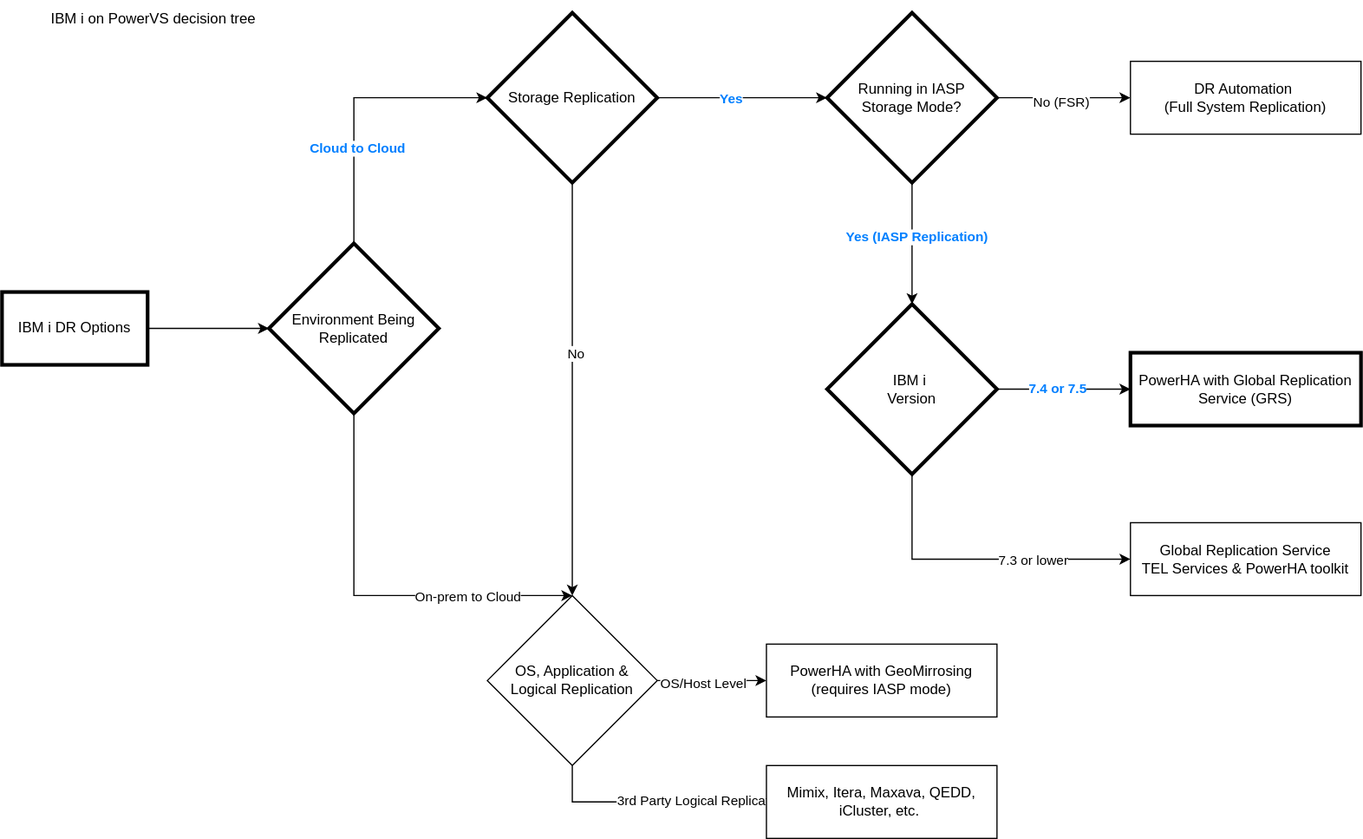
Above: images/phagrsdtree.svg in ibm-cloud-docs/pattern-resiliency-powerha-grs (draw.io), before the change. Source tidied: cells renumbered, new cells last; positions are measured from the earlier drawing's top-left corner, leaving out a move shared by most shapes.
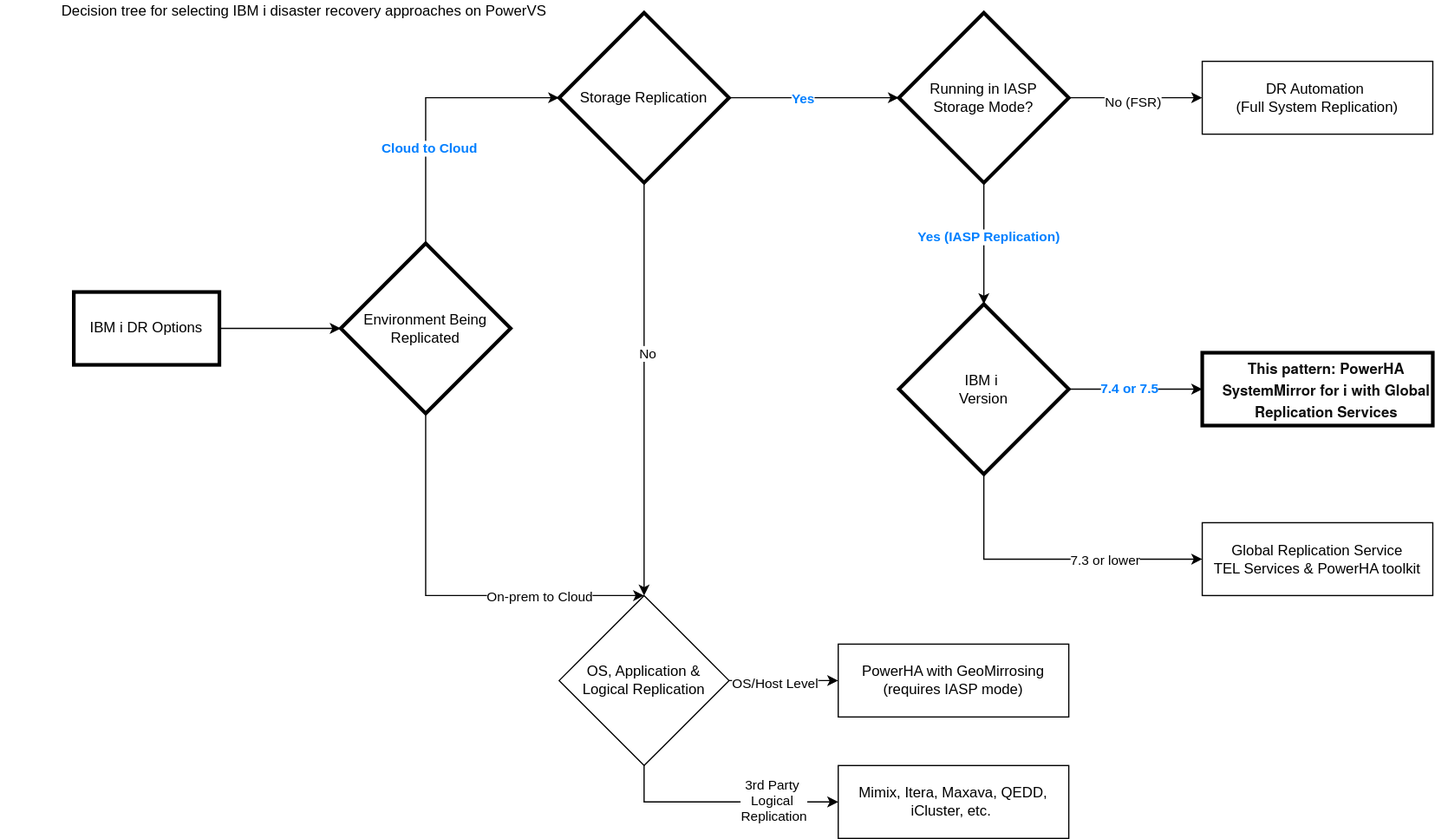
Later version of the same file.

Change to the diagram source:
```diff
@@ -60,7 +60,7 @@
         </Array>
       </mxGeometry>
     </mxCell>
-    <mxCell id="17" value="3rd Party Logical Replication" style="edgeLabel;html=1;align=center;verticalAlign=middle;" parent="16" vertex="1">
+    <mxCell id="17" value="3rd Party&amp;nbsp;&lt;div&gt;Logical&amp;nbsp;&lt;/div&gt;&lt;div&gt;Replication&lt;/div&gt;" style="edgeLabel;html=1;align=center;verticalAlign=middle;" parent="16" vertex="1">
       <mxGeometry x="0.43" y="2" relative="1" as="geometry" />
     </mxCell>
     <mxCell id="18" value="OS, Application &amp;amp;&lt;div&gt;Logical Replication&lt;/div&gt;" style="rhombus;whiteSpace=wrap;html=1;" parent="1" vertex="1">
@@ -103,7 +103,7 @@
     <mxCell id="29" value="DR Automation&amp;nbsp;&lt;div&gt;(Full System Replication)&lt;/div&gt;" style="rounded=0;whiteSpace=wrap;html=1;" parent="1" vertex="1">
       <mxGeometry x="930" y="50" width="190" height="60" as="geometry" />
     </mxCell>
-    <mxCell id="30" value="PowerHA with Global Replication Service (GRS)" style="rounded=0;whiteSpace=wrap;html=1;strokeWidth=3;" parent="1" vertex="1">
+    <mxCell id="30" value="&lt;blockquote style=&quot;margin: 0px 0px 0px 15px; font-variant-numeric: normal; font-variant-east-asian: normal; font-variant-alternates: normal; font-size-adjust: none; font-kerning: auto; font-optical-sizing: auto; font-feature-settings: normal; font-variation-settings: normal; font-variant-position: normal; font-variant-emoji: normal; font-stretch: normal; line-height: normal; font-family: &amp;quot;Helvetica Neue&amp;quot;; color: rgb(14, 14, 14);&quot;&gt;&lt;b style=&quot;&quot;&gt;&lt;font&gt;This pattern: PowerHA SystemMirror for i with Global Replication Services&lt;/font&gt;&lt;/b&gt;&lt;/blockquote&gt;" style="rounded=0;whiteSpace=wrap;html=1;strokeWidth=3;" parent="1" vertex="1">
       <mxGeometry x="930" y="290" width="190" height="60" as="geometry" />
     </mxCell>
     <mxCell id="31" value="Global Replication Service&lt;div&gt;TEL Services &amp;amp; PowerHA toolkit&lt;/div&gt;" style="rounded=0;whiteSpace=wrap;html=1;" parent="1" vertex="1">
@@ -115,8 +115,8 @@
     <mxCell id="33" value="Mimix, Itera, Maxava, QEDD, iCluster, etc.&amp;nbsp;" style="rounded=0;whiteSpace=wrap;html=1;" parent="1" vertex="1">
       <mxGeometry x="630" y="630" width="190" height="60" as="geometry" />
     </mxCell>
-    <mxCell id="34" value="IBM i on PowerVS decision tree" style="text;html=1;whiteSpace=wrap;strokeColor=none;fillColor=none;align=center;verticalAlign=middle;rounded=0;" parent="1" vertex="1">
-      <mxGeometry x="10" width="230" height="30" as="geometry" />
+    <mxCell id="34" value="&lt;span style=&quot;background-color: transparent; color: light-dark(rgb(0, 0, 0), rgb(255, 255, 255));&quot;&gt;Decision tree for selecting IBM i disaster recovery approaches on PowerVS&lt;/span&gt;&lt;p&gt;&lt;/p&gt;" style="text;html=1;whiteSpace=wrap;strokeColor=none;fillColor=none;align=center;verticalAlign=middle;rounded=0;fontStyle=0;" parent="1" vertex="1">
+      <mxGeometry x="-60" width="500" height="30" as="geometry" />
     </mxCell>
   </root>
 </mxGraphModel>
```
